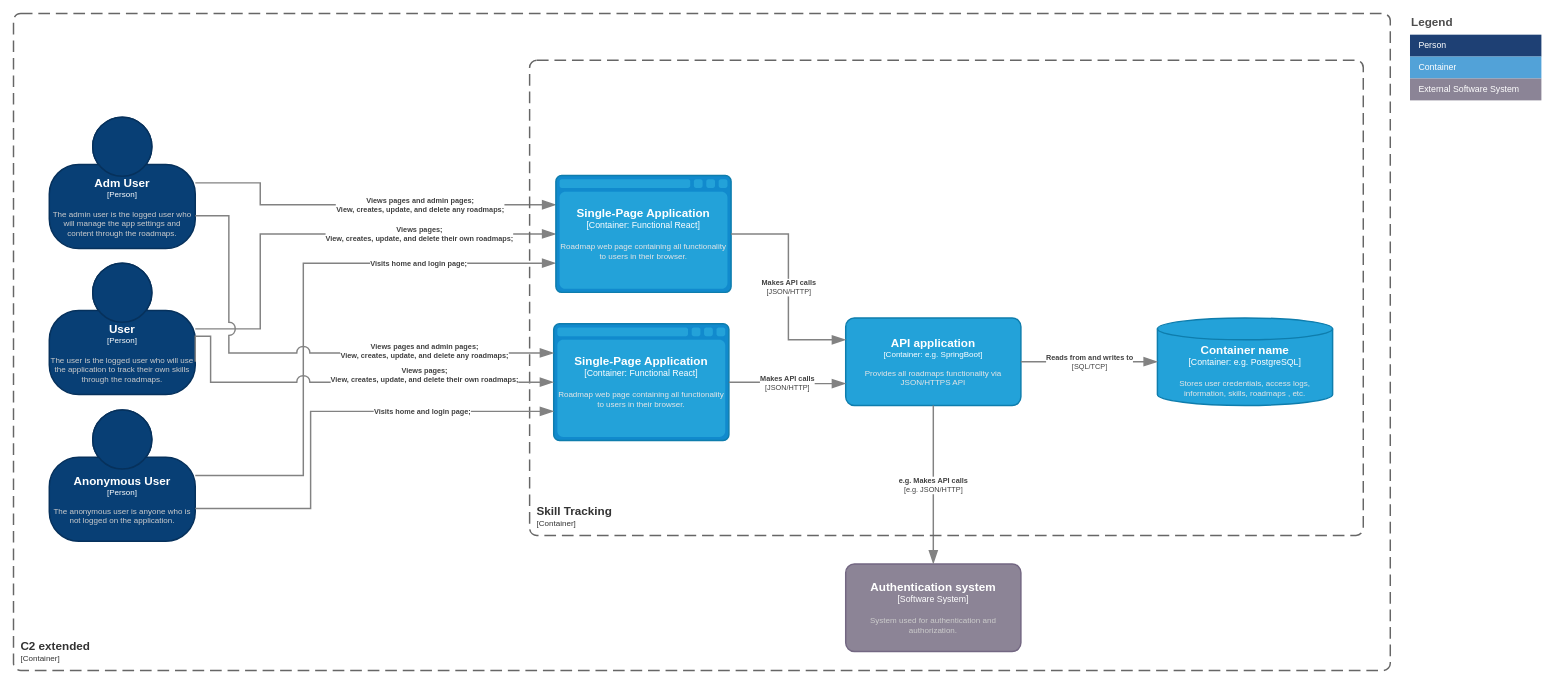
This is page "C2 model (Extendend)" (4 of 4) of doc/non_functional/diagram/c4model.drawio from Malaguth/skill-tracking, a draw.io file, before an edit. Source tidied: cells renumbered, new cells numbered last; positions are measured from the earlier drawing's top-left corner, leaving out a move shared by most shapes. Both pictures are drawn from the tidied source at 73%, with x=0, y=0 at pixel (13, 12).
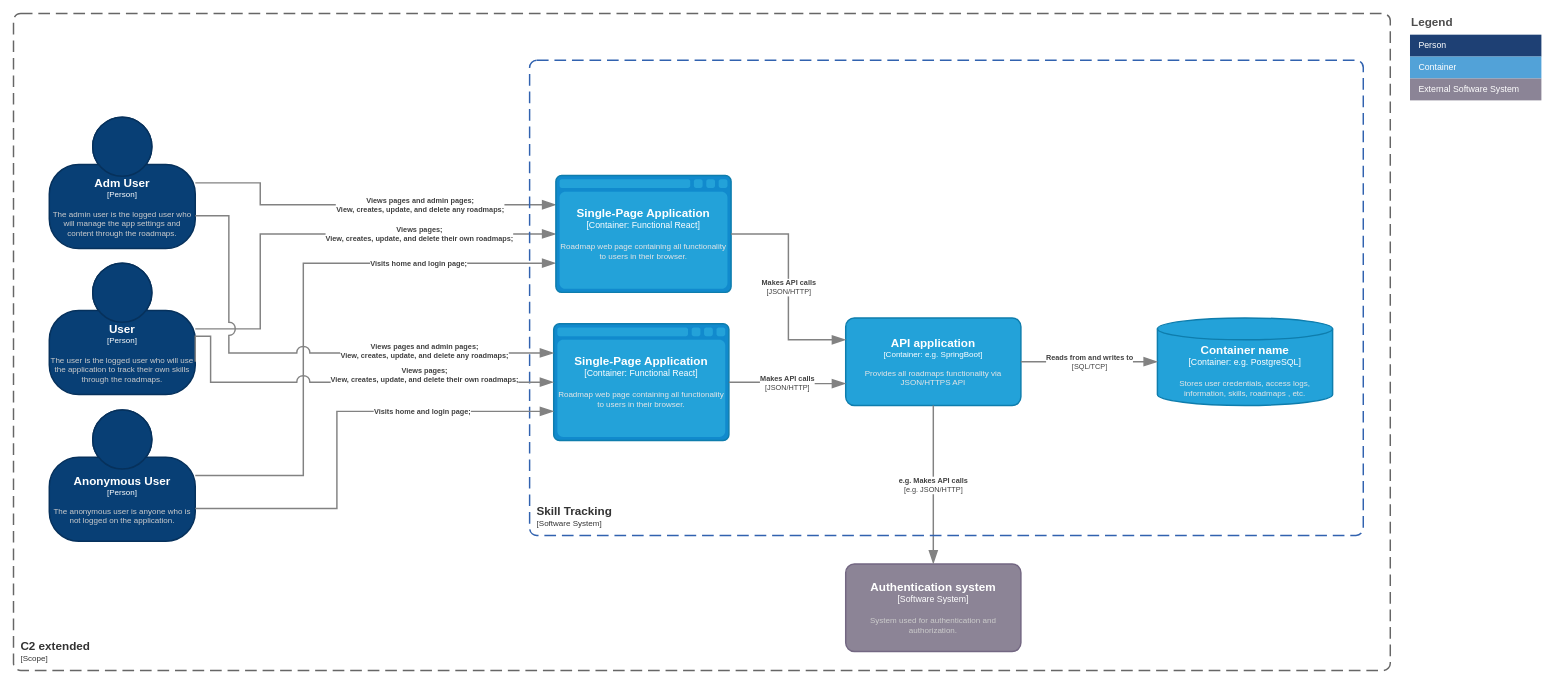
The same diagram, later.

The change refers to these unchanged cells:
```xml
<object id="3" label="&lt;font style=&quot;font-size: 16px&quot;&gt;&lt;b&gt;%c4Name%&lt;/b&gt;&lt;/font&gt;&lt;div&gt;[%c4Type%]&lt;/div&gt;&lt;br&gt;&lt;div&gt;&lt;font style=&quot;font-size: 11px&quot;&gt;&lt;font color=&quot;#cccccc&quot;&gt;%c4Description%&lt;/font&gt;&lt;/div&gt;" c4Description="The anonymous user is anyone who is not logged on the application." c4Name="Anonymous User" c4Type="Person" placeholders="1">
  <mxCell style="html=1;fontSize=11;dashed=0;whiteSpace=wrap;fillColor=#083F75;strokeColor=#06315C;fontColor=#ffffff;shape=mxgraph.c4.person2;align=center;points=[[0.5,0,0],[1,0.5,0],[1,0.75,0],[0.75,1,0],[0.5,1,0],[0.25,1,0],[0,0.75,0],[0,0.5,0]];strokeWidth=2;" parent="1" vertex="1">
    <mxGeometry x="49" y="544" width="200" height="180" as="geometry" />
  </mxCell>
</object>
<object id="17" label="&lt;font style=&quot;font-size: 16px&quot;&gt;&lt;b&gt;%c4Type%&lt;/b&gt;&lt;/font&gt;&lt;div&gt;[%c4Container%:&amp;nbsp;%c4Technology%]&lt;/div&gt;&lt;br&gt;&lt;div&gt;&lt;font style=&quot;font-size: 11px&quot;&gt;&lt;font color=&quot;#E6E6E6&quot;&gt;%c4Description%&lt;/font&gt;&lt;/div&gt;" c4Container="Container" c4Description="Roadmap web page containing all functionality to users in their browser." c4Technology="Functional React" c4Type="Single-Page Application" placeholders="1">
  <mxCell style="shape=mxgraph.c4.webBrowserContainer2;whiteSpace=wrap;html=1;boundedLbl=1;rounded=0;labelBackgroundColor=none;strokeColor=#118ACD;fillColor=#23A2D9;strokeColor=#118ACD;strokeColor2=#0E7DAD;fontSize=12;fontColor=#ffffff;align=center;points=[[0.5,0,0],[1,0.25,0],[1,0.5,0],[1,0.75,0],[0.5,1,0],[0,0.75,0],[0,0.5,0],[0,0.25,0]];strokeWidth=2;" parent="1" vertex="1">
    <mxGeometry x="740" y="426" width="240" height="160" as="geometry" />
  </mxCell>
</object>
```

The edit, as a diff of the source:
```diff
@@
-    <object id="10" label="&lt;font style=&quot;font-size: 16px&quot;&gt;&lt;b&gt;&lt;div style=&quot;text-align: left&quot;&gt;%c4Name%&lt;/div&gt;&lt;/b&gt;&lt;/font&gt;&lt;div style=&quot;text-align: left&quot;&gt;[%c4Application%]&lt;/div&gt;" c4Application="Container" c4Name="C2 extended" placeholders="1">
+    <object id="10" label="&lt;font style=&quot;font-size: 16px&quot;&gt;&lt;b&gt;&lt;div style=&quot;text-align: left&quot;&gt;%c4Name%&lt;/div&gt;&lt;/b&gt;&lt;/font&gt;&lt;div style=&quot;text-align: left&quot;&gt;[%c4Application%]&lt;/div&gt;" c4Application="Scope" c4Name="C2 extended" placeholders="1">
       <mxCell style="rounded=1;fontSize=11;whiteSpace=wrap;html=1;dashed=1;arcSize=20;fillColor=none;strokeColor=#666666;fontColor=#333333;labelBackgroundColor=none;align=left;verticalAlign=bottom;labelBorderColor=none;spacingTop=0;spacing=10;dashPattern=8 4;perimeter=rectanglePerimeter;noLabel=0;labelPadding=0;absoluteArcSize=1;strokeWidth=2;" parent="1" vertex="1">
         <mxGeometry y="1" width="1886" height="900" as="geometry" />
       </mxCell>
     </object>
@@
-    <object id="14" label="&lt;font style=&quot;font-size: 16px&quot;&gt;&lt;b&gt;&lt;div style=&quot;text-align: left&quot;&gt;%c4Name%&lt;/div&gt;&lt;/b&gt;&lt;/font&gt;&lt;div style=&quot;text-align: left&quot;&gt;[%c4Application%]&lt;/div&gt;" c4Application="Container" c4Name="Skill Tracking" placeholders="1">
-      <mxCell style="rounded=1;fontSize=11;whiteSpace=wrap;html=1;dashed=1;arcSize=20;fillColor=none;strokeColor=#666666;fontColor=#333333;labelBackgroundColor=none;align=left;verticalAlign=bottom;labelBorderColor=none;spacingTop=0;spacing=10;dashPattern=8 4;perimeter=rectanglePerimeter;noLabel=0;labelPadding=0;absoluteArcSize=1;strokeWidth=2;" parent="1" vertex="1">
+    <object id="14" label="&lt;font style=&quot;font-size: 16px&quot;&gt;&lt;b&gt;&lt;div style=&quot;text-align: left&quot;&gt;%c4Name%&lt;/div&gt;&lt;/b&gt;&lt;/font&gt;&lt;div style=&quot;text-align: left&quot;&gt;[%c4Application%]&lt;/div&gt;" c4Application="Software System" c4Name="Skill Tracking" placeholders="1">
+      <mxCell style="rounded=1;fontSize=11;whiteSpace=wrap;html=1;dashed=1;arcSize=20;fillColor=none;strokeColor=#3162AF;fontColor=#333333;labelBackgroundColor=none;align=left;verticalAlign=bottom;labelBorderColor=none;spacingTop=0;spacing=10;dashPattern=8 4;perimeter=rectanglePerimeter;noLabel=0;labelPadding=0;absoluteArcSize=1;strokeWidth=2;" parent="1" vertex="1">
         <mxGeometry x="707" y="65" width="1142" height="651" as="geometry" />
       </mxCell>
     </object>
@@
     <object id="21" label="&lt;div style=&quot;text-align: left&quot;&gt;&lt;div style=&quot;text-align: center&quot;&gt;&lt;b&gt;%c4Description%&lt;/b&gt;&lt;/div&gt;" c4Description="Visits home and login page;" placeholders="1">
       <mxCell style="endArrow=blockThin;html=1;fontSize=10;fontColor=#404040;strokeWidth=2;endFill=1;strokeColor=#828282;elbow=vertical;endSize=14;startSize=14;jumpStyle=arc;jumpSize=16;rounded=0;edgeStyle=orthogonalEdgeStyle;exitX=1;exitY=0.75;exitDx=0;exitDy=0;exitPerimeter=0;entryX=0;entryY=0.75;entryDx=0;entryDy=0;entryPerimeter=0;" parent="1" edge="1" source="3" target="17">
         <mxGeometry x="0.42" relative="1" as="geometry">
           <Array as="points">
-            <mxPoint x="407" y="679" />
-            <mxPoint x="407" y="546" />
+            <mxPoint x="443" y="679" />
+            <mxPoint x="443" y="546" />
           </Array>
           <mxPoint x="1" as="offset" />
         </mxGeometry>
       </mxCell>
     </object>
```
